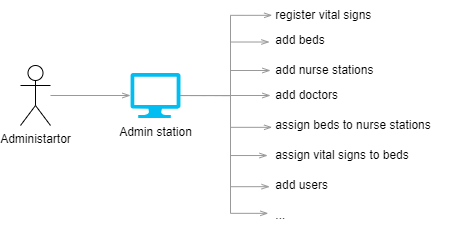
The draw.io diagram images/actor-admin.drawio.png in formalizator/Ctrl-Arch-Elite, before a commit. Source tidied: cells renumbered, new cells last; positions are measured from the earlier drawing's top-left corner, leaving out a move shared by most shapes.
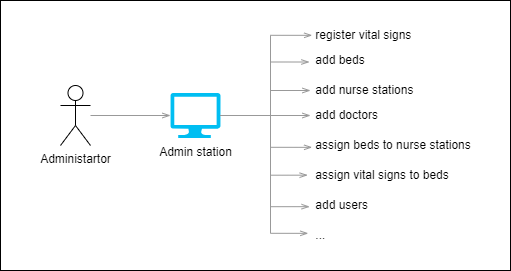
The same diagram one commit later.

Diff of the diagram source:
```diff
@@ -2,6 +2,9 @@
   <root>
     <mxCell id="0" />
     <mxCell id="1" parent="0" />
+    <mxCell id="21" style="rounded=0;whiteSpace=wrap;html=1;" parent="1" vertex="1">
+      <mxGeometry x="-60" y="-20" width="510" height="270" as="geometry" />
+    </mxCell>
     <mxCell id="2" style="edgeStyle=orthogonalEdgeStyle;rounded=0;jettySize=auto;html=1;strokeColor=#999999;endArrow=openThin;endFill=0;" parent="1" edge="1" source="3" target="13">
       <mxGeometry relative="1" as="geometry" />
     </mxCell>
```
